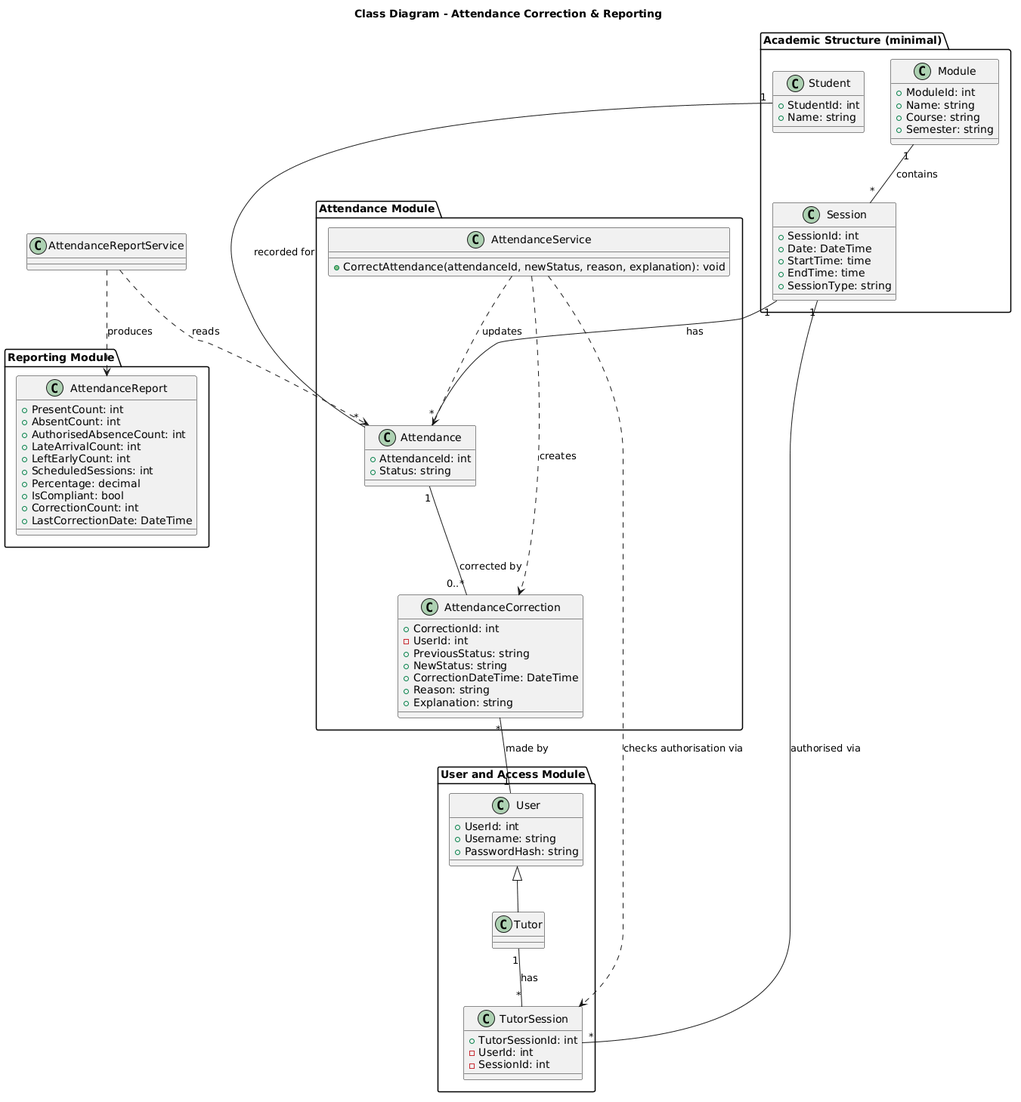
Above: out/diagrams/class-diagram/AttendanceMonitoringSystemClassDiagram.png in Shelly855/attendance-monitoring-copy (PlantUML), before the change.
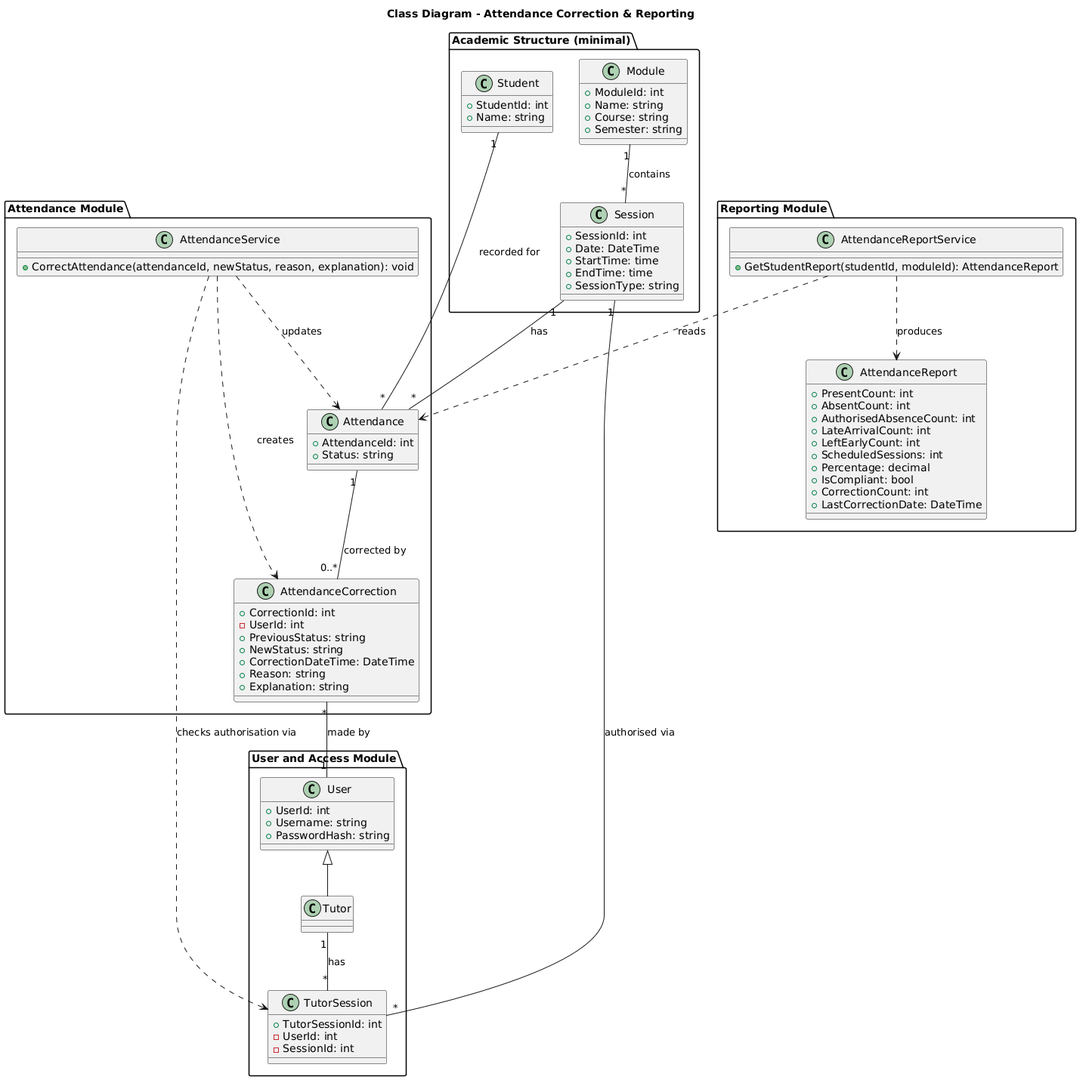
Above is the later version.

Commit message:
class diagram

The edit, as a diff of the source:
```diff
@@ -51,6 +51,10 @@
     +CorrectionCount: int
     +LastCorrectionDate: DateTime
   }
+
+  class AttendanceReportService {
+    +GetStudentReport(studentId, moduleId): AttendanceReport
+  }
 }
 
 package "Academic Structure (minimal)" {
```
